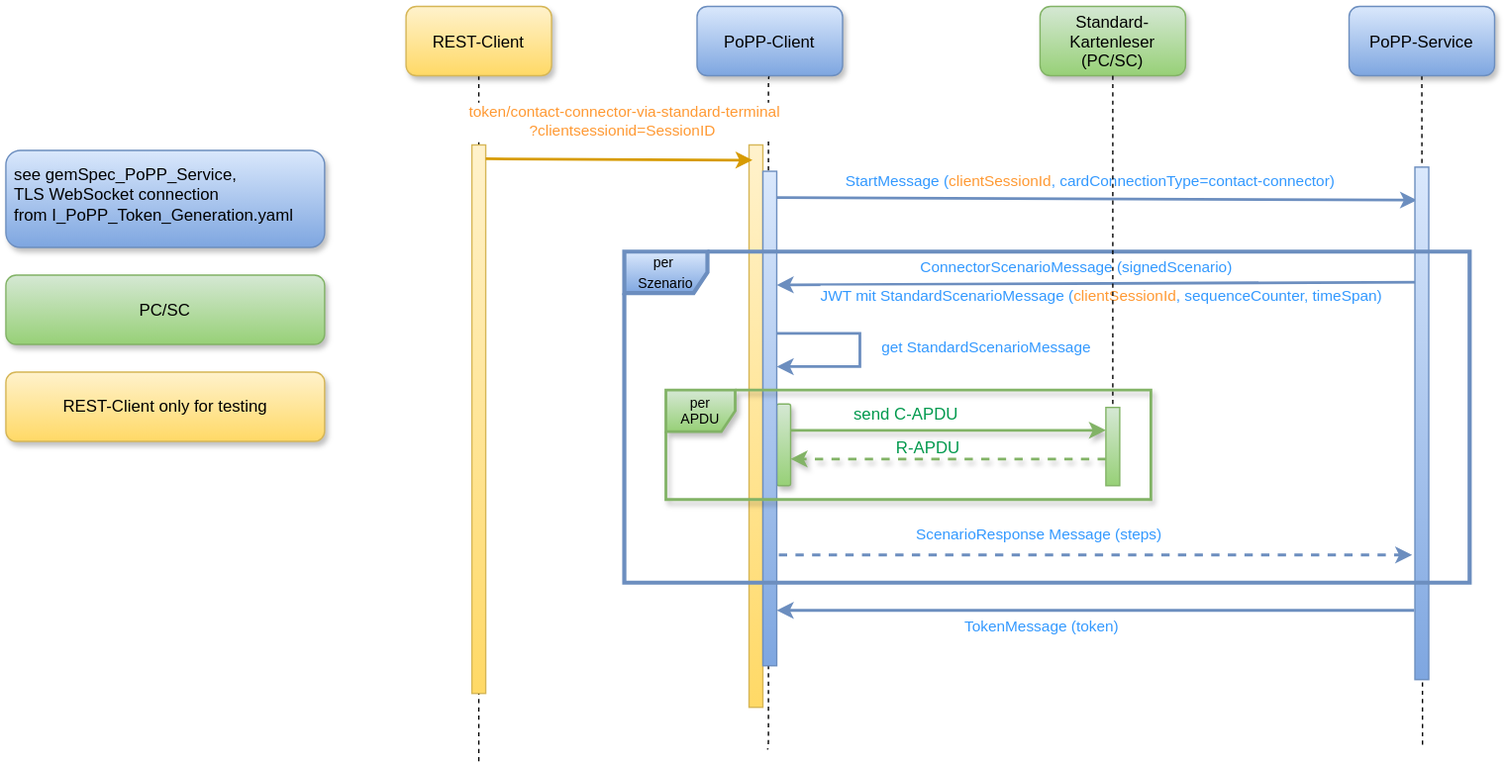
The draw.io diagram images/PoPP_Beispielnachrichten_Konnektor.drawio.svg in gematik/popp-sample-code, before a commit. Source tidied: cells renumbered, new cells last; positions are measured from the earlier drawing's top-left corner, leaving out a move shared by most shapes.
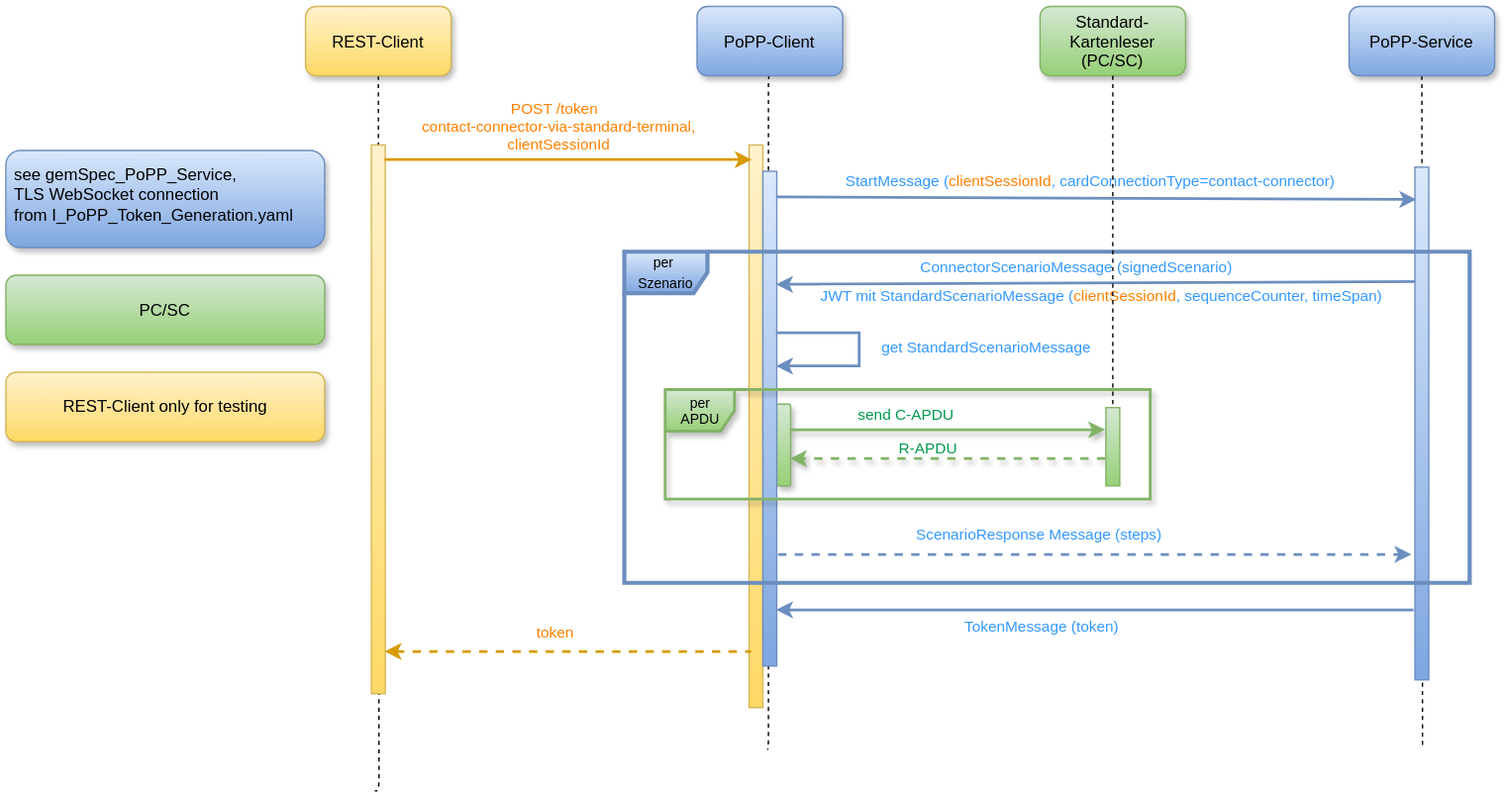
After the change.

What changed in the source:
```diff
@@ -7,18 +7,21 @@
     </mxCell>
-    <mxCell id="3" style="edgeStyle=elbowEdgeStyle;elbow=horizontal;endArrow=none;dashed=1;exitX=0.5;exitY=1;exitDx=0;exitDy=0;" parent="1" edge="1" source="22">
-      <mxGeometry x="230" y="310" as="geometry">
-        <mxPoint x="341" y="546" as="targetPoint" />
-      </mxGeometry>
-    </mxCell>
-    <mxCell id="4" style="edgeStyle=elbowEdgeStyle;elbow=horizontal;endArrow=none;dashed=1;exitX=0.5;exitY=1;exitDx=0;exitDy=0;" parent="1" edge="1" source="23">
-      <mxGeometry x="230" y="310" as="geometry">
-        <mxPoint x="549" y="536" as="targetPoint" />
-      </mxGeometry>
-    </mxCell>
-    <mxCell id="5" style="edgeStyle=elbowEdgeStyle;elbow=horizontal;endArrow=none;dashed=1;" parent="1" edge="1">
-      <mxGeometry x="230" y="310" as="geometry">
-        <mxPoint x="1021.5" y="50" as="sourcePoint" />
-        <mxPoint x="1021.5" y="536" as="targetPoint" />
-      </mxGeometry>
-    </mxCell>
+    <mxCell id="38" style="edgeStyle=elbowEdgeStyle;elbow=horizontal;endArrow=none;dashed=1;exitX=0.5;exitY=1;exitDx=0;exitDy=0;" parent="1" edge="1" source="22">
+      <mxGeometry x="230" y="310" as="geometry">
+        <mxPoint x="266" y="566" as="targetPoint" />
+        <Array as="points">
+          <mxPoint x="269" y="316" />
+        </Array>
+      </mxGeometry>
+    </mxCell>
+    <mxCell id="39" style="edgeStyle=elbowEdgeStyle;elbow=horizontal;endArrow=none;dashed=1;exitX=0.5;exitY=1;exitDx=0;exitDy=0;" parent="1" edge="1" source="23">
+      <mxGeometry x="230" y="310" as="geometry">
+        <mxPoint x="549" y="536" as="targetPoint" />
+      </mxGeometry>
+    </mxCell>
+    <mxCell id="40" style="edgeStyle=elbowEdgeStyle;elbow=horizontal;endArrow=none;dashed=1;" parent="1" edge="1">
+      <mxGeometry x="230" y="310" as="geometry">
+        <mxPoint x="1021.5" y="50" as="sourcePoint" />
+        <mxPoint x="1021.5" y="536" as="targetPoint" />
+      </mxGeometry>
+    </mxCell>
     <mxCell id="6" style="html=1;perimeter=orthogonalPerimeter;targetShapes=umlLifeline;newEdgeStyle={&quot;curved&quot;:0,&quot;rounded&quot;:0};rounded=1;shadow=1;strokeColor=#82b366;align=center;verticalAlign=middle;fontFamily=Helvetica;fontSize=12;fillColor=#d5e8d4;gradientColor=#97d077;" parent="1" vertex="1">
@@ -26,9 +29,9 @@
     </mxCell>
-    <mxCell id="7" style="rounded=0;orthogonalLoop=1;jettySize=auto;html=1;exitX=0.7;exitY=0.284;exitDx=0;exitDy=0;exitPerimeter=0;fontColor=#3399FF;fillColor=#dae8fc;gradientColor=#7ea6e0;strokeColor=#6c8ebf;strokeWidth=2;" parent="1" edge="1">
-      <mxGeometry relative="1" as="geometry">
-        <mxPoint x="1024" y="199" as="sourcePoint" />
-        <mxPoint x="556" y="201.1" as="targetPoint" />
-      </mxGeometry>
-    </mxCell>
+    <mxCell id="41" style="rounded=0;orthogonalLoop=1;jettySize=auto;html=1;exitX=0.7;exitY=0.284;exitDx=0;exitDy=0;exitPerimeter=0;fontColor=#3399FF;fillColor=#dae8fc;gradientColor=#7ea6e0;strokeColor=#6c8ebf;strokeWidth=2;" parent="1" edge="1">
+      <mxGeometry relative="1" as="geometry">
+        <mxPoint x="1024" y="199" as="sourcePoint" />
+        <mxPoint x="556" y="201.1" as="targetPoint" />
+      </mxGeometry>
+    </mxCell>
-    <mxCell id="8" value="ConnectorScenarioMessage (signedScenario)" style="edgeLabel;html=1;align=center;verticalAlign=middle;fontColor=#3399FF;" parent="7" vertex="1">
+    <mxCell id="8" value="ConnectorScenarioMessage (signedScenario)" style="edgeLabel;html=1;align=center;verticalAlign=middle;fontColor=#3399FF;" parent="41" vertex="1">
       <mxGeometry x="-0.05" y="1" relative="1" as="geometry">
@@ -37,8 +40,8 @@
     </mxCell>
-    <mxCell id="9" style="rounded=0;orthogonalLoop=1;jettySize=auto;html=1;entryX=-0.3;entryY=0.178;entryDx=0;entryDy=0;entryPerimeter=0;fontColor=#3399FF;strokeWidth=2;fillColor=#dae8fc;gradientColor=#7ea6e0;strokeColor=#6c8ebf;exitX=0.8;exitY=0.281;exitDx=0;exitDy=0;exitPerimeter=0;" parent="1" edge="1">
-      <mxGeometry relative="1" as="geometry">
-        <mxPoint x="556" y="138" as="sourcePoint" />
-        <mxPoint x="1018" y="139.8" as="targetPoint" />
-      </mxGeometry>
-    </mxCell>
+    <mxCell id="42" style="rounded=0;orthogonalLoop=1;jettySize=auto;html=1;entryX=-0.3;entryY=0.178;entryDx=0;entryDy=0;entryPerimeter=0;fontColor=#3399FF;strokeWidth=2;fillColor=#dae8fc;gradientColor=#7ea6e0;strokeColor=#6c8ebf;exitX=0.8;exitY=0.281;exitDx=0;exitDy=0;exitPerimeter=0;" parent="1" edge="1">
+      <mxGeometry relative="1" as="geometry">
+        <mxPoint x="556" y="138" as="sourcePoint" />
+        <mxPoint x="1018" y="139.8" as="targetPoint" />
+      </mxGeometry>
+    </mxCell>
     <mxCell id="10" style="fillColor=#dae8fc;strokeColor=#6c8ebf;gradientColor=#7ea6e0;" parent="1" vertex="1">
@@ -52,12 +55,12 @@
     </mxCell>
-    <mxCell id="13" value="&lt;span style=&quot;font-size: 11px; text-wrap-mode: nowrap;&quot;&gt;JWT mit&amp;nbsp;&lt;/span&gt;&lt;span style=&quot;font-size: 11px; text-wrap-mode: nowrap;&quot;&gt;StandardScenarioMessage&amp;nbsp;&lt;/span&gt;&lt;span style=&quot;font-size: 11px; text-wrap-mode: nowrap;&quot;&gt;(&lt;font color=&quot;#ff9933&quot;&gt;clientSessionId&lt;/font&gt;, sequenceCounter, timeSpan)&lt;/span&gt;" style="text;html=1;align=left;verticalAlign=middle;rounded=0;whiteSpace=wrap;fontColor=#3399FF;labelBackgroundColor=default;" parent="1" vertex="1">
+    <mxCell id="13" value="&lt;span style=&quot;font-size: 11px; text-wrap-mode: nowrap;&quot;&gt;JWT mit&amp;nbsp;&lt;/span&gt;&lt;span style=&quot;font-size: 11px; text-wrap-mode: nowrap;&quot;&gt;StandardScenarioMessage&amp;nbsp;&lt;/span&gt;&lt;span style=&quot;font-size: 11px; text-wrap-mode: nowrap;&quot;&gt;(&lt;font style=&quot;color: rgb(255, 128, 0);&quot;&gt;clientSessionId&lt;/font&gt;, sequenceCounter, timeSpan)&lt;/span&gt;" style="text;html=1;align=left;verticalAlign=middle;rounded=0;fontColor=#3399FF;labelBackgroundColor=default;" parent="1" vertex="1">
       <mxGeometry x="586" y="194" width="300" height="30" as="geometry" />
     </mxCell>
-    <mxCell id="14" style="rounded=0;orthogonalLoop=1;jettySize=auto;html=1;fillColor=#dae8fc;gradientColor=#7ea6e0;strokeColor=#6c8ebf;strokeWidth=2;dashed=1;" parent="1" edge="1">
-      <mxGeometry relative="1" as="geometry">
-        <mxPoint x="557.5" y="396" as="sourcePoint" />
-        <mxPoint x="1014.5" y="396" as="targetPoint" />
-      </mxGeometry>
-    </mxCell>
+    <mxCell id="43" style="rounded=0;orthogonalLoop=1;jettySize=auto;html=1;fillColor=#dae8fc;gradientColor=#7ea6e0;strokeColor=#6c8ebf;strokeWidth=2;dashed=1;" parent="1" edge="1">
+      <mxGeometry relative="1" as="geometry">
+        <mxPoint x="557.5" y="396" as="sourcePoint" />
+        <mxPoint x="1014.5" y="396" as="targetPoint" />
+      </mxGeometry>
+    </mxCell>
-    <mxCell id="15" value="ScenarioResponse Message (steps)" style="edgeLabel;html=1;align=center;verticalAlign=middle;fontColor=#3399FF;" parent="14" vertex="1">
+    <mxCell id="15" value="ScenarioResponse Message (steps)" style="edgeLabel;html=1;align=center;verticalAlign=middle;fontColor=#3399FF;" parent="43" vertex="1">
       <mxGeometry x="0.38" y="-4" relative="1" as="geometry">
@@ -66,9 +69,9 @@
     </mxCell>
-    <mxCell id="16" style="rounded=0;orthogonalLoop=1;jettySize=auto;html=1;strokeWidth=2;fillColor=#dae8fc;gradientColor=#7ea6e0;strokeColor=#6c8ebf;" parent="1" edge="1">
-      <mxGeometry relative="1" as="geometry">
-        <mxPoint x="1016" y="436" as="sourcePoint" />
-        <mxPoint x="556" y="436" as="targetPoint" />
-      </mxGeometry>
-    </mxCell>
+    <mxCell id="44" style="rounded=0;orthogonalLoop=1;jettySize=auto;html=1;strokeWidth=2;fillColor=#dae8fc;gradientColor=#7ea6e0;strokeColor=#6c8ebf;" parent="1" edge="1">
+      <mxGeometry relative="1" as="geometry">
+        <mxPoint x="1016" y="436" as="sourcePoint" />
+        <mxPoint x="556" y="436" as="targetPoint" />
+      </mxGeometry>
+    </mxCell>
-    <mxCell id="17" value="TokenMessage (token)" style="edgeLabel;html=1;align=center;verticalAlign=middle;fontColor=#3399FF;" parent="16" vertex="1">
+    <mxCell id="17" value="TokenMessage (token)" style="edgeLabel;html=1;align=center;verticalAlign=middle;fontColor=#3399FF;" parent="44" vertex="1">
       <mxGeometry x="0.22" y="2" relative="1" as="geometry">
@@ -77,8 +80,8 @@
     </mxCell>
-    <mxCell id="18" style="rounded=1;jettySize=auto;html=1;fillColor=#99FFCC;gradientColor=#00994D;strokeColor=#82b366;strokeWidth=2;shadow=1;align=center;verticalAlign=middle;fontFamily=Helvetica;fontSize=12;fontColor=default;" parent="1" edge="1" target="31">
-      <mxGeometry relative="1" as="geometry">
-        <mxPoint x="566" y="306" as="sourcePoint" />
-      </mxGeometry>
-    </mxCell>
+    <mxCell id="45" style="rounded=1;jettySize=auto;html=1;fillColor=#99FFCC;gradientColor=#00994D;strokeColor=#82b366;strokeWidth=2;shadow=1;align=center;verticalAlign=middle;fontFamily=Helvetica;fontSize=12;fontColor=default;" parent="1" edge="1" target="31">
+      <mxGeometry relative="1" as="geometry">
+        <mxPoint x="566" y="306" as="sourcePoint" />
+      </mxGeometry>
+    </mxCell>
-    <mxCell id="19" value="send C-APDU" style="edgeLabel;html=1;align=center;verticalAlign=middle;fontColor=#00994D;rounded=1;shadow=1;strokeColor=#82b366;fontFamily=Helvetica;fontSize=12;fillColor=#99FFCC;gradientColor=#00994D;labelBackgroundColor=none;" parent="18" vertex="1">
+    <mxCell id="19" value="send C-APDU" style="edgeLabel;html=1;align=center;verticalAlign=middle;fontColor=#00994D;rounded=1;shadow=1;strokeColor=#82b366;fontFamily=Helvetica;fontSize=11;fillColor=#99FFCC;gradientColor=#00994D;labelBackgroundColor=none;" parent="45" vertex="1">
       <mxGeometry x="0.38" y="-4" relative="1" as="geometry">
@@ -87,9 +90,9 @@
     </mxCell>
-    <mxCell id="20" style="rounded=1;orthogonalLoop=1;jettySize=auto;html=1;dashed=1;fillColor=#99FFCC;gradientColor=#00994D;strokeColor=#82b366;strokeWidth=2;shadow=1;align=center;verticalAlign=middle;fontFamily=Helvetica;fontSize=12;fontColor=default;" parent="1" edge="1">
-      <mxGeometry relative="1" as="geometry">
-        <mxPoint x="793.5" y="326.8" as="sourcePoint" />
-        <mxPoint x="566" y="326.8" as="targetPoint" />
-      </mxGeometry>
-    </mxCell>
+    <mxCell id="46" style="rounded=1;orthogonalLoop=1;jettySize=auto;html=1;dashed=1;fillColor=#99FFCC;gradientColor=#00994D;strokeColor=#82b366;strokeWidth=2;shadow=1;align=center;verticalAlign=middle;fontFamily=Helvetica;fontSize=12;fontColor=default;" parent="1" edge="1">
+      <mxGeometry relative="1" as="geometry">
+        <mxPoint x="793.5" y="326.8" as="sourcePoint" />
+        <mxPoint x="566" y="326.8" as="targetPoint" />
+      </mxGeometry>
+    </mxCell>
-    <mxCell id="21" value="R-APDU" style="edgeLabel;html=1;align=center;verticalAlign=middle;fontColor=#00994D;rounded=1;shadow=1;strokeColor=#82b366;fontFamily=Helvetica;fontSize=12;fillColor=#99FFCC;gradientColor=#00994D;labelBackgroundColor=none;" parent="20" vertex="1">
+    <mxCell id="21" value="R-APDU" style="edgeLabel;html=1;align=center;verticalAlign=middle;fontColor=#00994D;rounded=1;shadow=1;strokeColor=#82b366;fontFamily=Helvetica;fontSize=11;fillColor=#99FFCC;gradientColor=#00994D;labelBackgroundColor=none;" parent="46" vertex="1">
       <mxGeometry x="0.22" y="2" relative="1" as="geometry">
@@ -99,3 +102,3 @@
     <mxCell id="22" value="REST-Client" style="shadow=1;fillColor=#fff2cc;strokeColor=#d6b656;gradientColor=#ffd966;rounded=1;" parent="1" vertex="1">
-      <mxGeometry x="288.5" width="105" height="50" as="geometry" />
+      <mxGeometry x="216" width="105" height="50" as="geometry" />
     </mxCell>
@@ -107,18 +110,17 @@
     </mxCell>
-    <mxCell id="25" style="html=1;perimeter=orthogonalPerimeter;targetShapes=umlLifeline;newEdgeStyle={&quot;curved&quot;:0,&quot;rounded&quot;:0};fillColor=#fff2cc;gradientColor=#ffd966;strokeColor=#d6b656;" parent="1" vertex="1">
-      <mxGeometry x="336" y="100" width="10" height="396" as="geometry" />
-    </mxCell>
-    <mxCell id="26" style="edgeStyle=none;verticalLabelPosition=top;verticalAlign=bottom;exitX=1;exitY=0.049;exitDx=0;exitDy=0;exitPerimeter=0;fillColor=#ffcd28;gradientColor=#ffa500;strokeColor=#d79b00;strokeWidth=2;" parent="1" edge="1">
-      <mxGeometry as="geometry">
-        <mxPoint x="346" y="110" as="sourcePoint" />
-        <mxPoint x="538.5" y="111" as="targetPoint" />
-        <mxPoint x="-65" y="-11" as="offset" />
-      </mxGeometry>
-    </mxCell>
-    <mxCell id="27" value="token/contact-connector-via-standard-terminal&lt;div&gt;?clientsessionid=SessionID&amp;nbsp;&lt;/div&gt;" style="edgeLabel;html=1;align=center;verticalAlign=middle;fontColor=#FF9933;labelBackgroundColor=default;" parent="26" vertex="1">
-      <mxGeometry relative="1" as="geometry">
-        <mxPoint x="4" y="-28" as="offset" />
-      </mxGeometry>
-    </mxCell>
+    <mxCell id="47" style="html=1;points=[[0,0,0,0,5],[0,1,0,0,-5],[1,0,0,0,5],[1,1,0,0,-5]];perimeter=orthogonalPerimeter;outlineConnect=0;targetShapes=umlLifeline;portConstraint=eastwest;newEdgeStyle={&quot;curved&quot;:0,&quot;rounded&quot;:0};fillColor=#fff2cc;gradientColor=#ffd966;strokeColor=#d6b656;" parent="1" vertex="1">
+      <mxGeometry x="263.5" y="100" width="10" height="396" as="geometry" />
+    </mxCell>
+    <mxCell id="48" style="edgeStyle=none;verticalLabelPosition=top;verticalAlign=bottom;fillColor=#ffcd28;gradientColor=#ffa500;strokeColor=#d79b00;strokeWidth=2;" parent="1" edge="1" source="47">
+      <mxGeometry as="geometry">
+        <mxPoint x="538.5" y="111" as="targetPoint" />
+        <mxPoint x="-65" y="-11" as="offset" />
+      </mxGeometry>
+    </mxCell>
+    <mxCell id="49" value="POST /token&amp;nbsp;&lt;br&gt;&amp;nbsp;contact-connector-via-standard-terminal,&lt;br&gt;&amp;nbsp;clientSessionId" style="edgeLabel;align=center;verticalAlign=middle;fontColor=#FF8000;labelBackgroundColor=default;labelBorderColor=none;fontFamily=Helvetica;fontSize=11;fillColor=none;gradientColor=none;html=1;" parent="48" vertex="1">
+      <mxGeometry relative="1" as="geometry">
+        <mxPoint x="-10" y="-25" as="offset" />
+      </mxGeometry>
+    </mxCell>
-    <mxCell id="28" value="StartMessage (&lt;font color=&quot;#ff9933&quot;&gt;clientSessionId&lt;/font&gt;, cardConnectionType=contact-connector)" style="edgeLabel;html=1;align=center;verticalAlign=middle;fontColor=#3399FF;labelBackgroundColor=#FFFFFF;" parent="1" vertex="1">
+    <mxCell id="28" value="&lt;span style=&quot;background-color: light-dark(rgb(255, 255, 255), rgb(18, 18, 18));&quot;&gt;StartMessage (&lt;font style=&quot;color: rgb(255, 128, 0);&quot;&gt;clientSessionId&lt;/font&gt;, cardConnectionType=contact-connector)&lt;/span&gt;" style="edgeLabel;html=1;align=center;verticalAlign=middle;fontColor=#3399FF;labelBackgroundColor=#FFFFFF;" parent="1" vertex="1">
       <mxGeometry x="781" y="126" as="geometry" />
@@ -128,7 +130,7 @@
     </mxCell>
-    <mxCell id="30" style="edgeStyle=none;endArrow=none;dashed=1;exitX=0.5;exitY=1;exitDx=0;exitDy=0;" parent="1" edge="1" target="31">
-      <mxGeometry x="956.6" y="205" as="geometry">
-        <mxPoint x="798.5" y="50" as="sourcePoint" />
-      </mxGeometry>
-    </mxCell>
+    <mxCell id="50" style="edgeStyle=none;endArrow=none;dashed=1;exitX=0.5;exitY=1;exitDx=0;exitDy=0;" parent="1" edge="1" target="31">
+      <mxGeometry x="956.6" y="205" as="geometry">
+        <mxPoint x="798.5" y="50" as="sourcePoint" />
+      </mxGeometry>
+    </mxCell>
     <mxCell id="31" style="html=1;points=[[0,0,0,0,5],[0,1,0,0,-5],[1,0,0,0,5],[1,1,0,0,-5]];perimeter=orthogonalPerimeter;outlineConnect=0;targetShapes=umlLifeline;portConstraint=eastwest;newEdgeStyle={&quot;curved&quot;:0,&quot;rounded&quot;:0};fillColor=#d5e8d4;gradientColor=#97d077;strokeColor=#82b366;" parent="1" vertex="1">
@@ -139,13 +141,13 @@
     </mxCell>
-    <mxCell id="33" style="rounded=0;orthogonalLoop=1;jettySize=auto;html=1;fontColor=#3399FF;strokeWidth=2;fillColor=#dae8fc;gradientColor=#7ea6e0;strokeColor=#6c8ebf;exitX=0.8;exitY=0.281;exitDx=0;exitDy=0;exitPerimeter=0;" parent="1" edge="1">
-      <mxGeometry relative="1" as="geometry">
-        <mxPoint x="556" y="236" as="sourcePoint" />
-        <mxPoint x="556" y="260" as="targetPoint" />
-        <Array as="points">
-          <mxPoint x="616" y="236" />
-          <mxPoint x="616" y="260" />
-        </Array>
-      </mxGeometry>
-    </mxCell>
+    <mxCell id="51" style="rounded=0;orthogonalLoop=1;jettySize=auto;html=1;fontColor=#3399FF;strokeWidth=2;fillColor=#dae8fc;gradientColor=#7ea6e0;strokeColor=#6c8ebf;exitX=0.8;exitY=0.281;exitDx=0;exitDy=0;exitPerimeter=0;" parent="1" edge="1">
+      <mxGeometry relative="1" as="geometry">
+        <mxPoint x="556" y="236" as="sourcePoint" />
+        <mxPoint x="556" y="260" as="targetPoint" />
+        <Array as="points">
+          <mxPoint x="616" y="236" />
+          <mxPoint x="616" y="260" />
+        </Array>
+      </mxGeometry>
+    </mxCell>
-    <mxCell id="34" value="get StandardScenarioMessage" style="edgeLabel;html=1;align=center;verticalAlign=middle;labelBackgroundColor=none;fontColor=#3399FF;" parent="33" vertex="1">
+    <mxCell id="34" value="get StandardScenarioMessage" style="edgeLabel;html=1;align=center;verticalAlign=middle;labelBackgroundColor=none;fontColor=#3399FF;" parent="51" vertex="1">
       <mxGeometry x="0.11" y="-1" relative="1" as="geometry">
@@ -163,2 +165,14 @@
     </mxCell>
+    <mxCell id="52" style="edgeStyle=none;verticalLabelPosition=top;verticalAlign=bottom;fillColor=#ffcd28;gradientColor=#ffa500;strokeColor=#d79b00;strokeWidth=2;dashed=1;startArrow=classic;startFill=1;endArrow=none;endFill=0;" parent="1" edge="1">
+      <mxGeometry as="geometry">
+        <mxPoint x="273.5" y="466" as="sourcePoint" />
+        <mxPoint x="538" y="466" as="targetPoint" />
+        <mxPoint x="-65" y="-11" as="offset" />
+      </mxGeometry>
+    </mxCell>
+    <mxCell id="53" value="token" style="edgeLabel;align=center;verticalAlign=middle;fontColor=#FF8000;labelBackgroundColor=default;labelBorderColor=none;fontFamily=Helvetica;fontSize=11;fillColor=none;gradientColor=none;html=1;" parent="52" vertex="1">
+      <mxGeometry relative="1" as="geometry">
+        <mxPoint x="-10" y="-15" as="offset" />
+      </mxGeometry>
+    </mxCell>
   </root>
```
